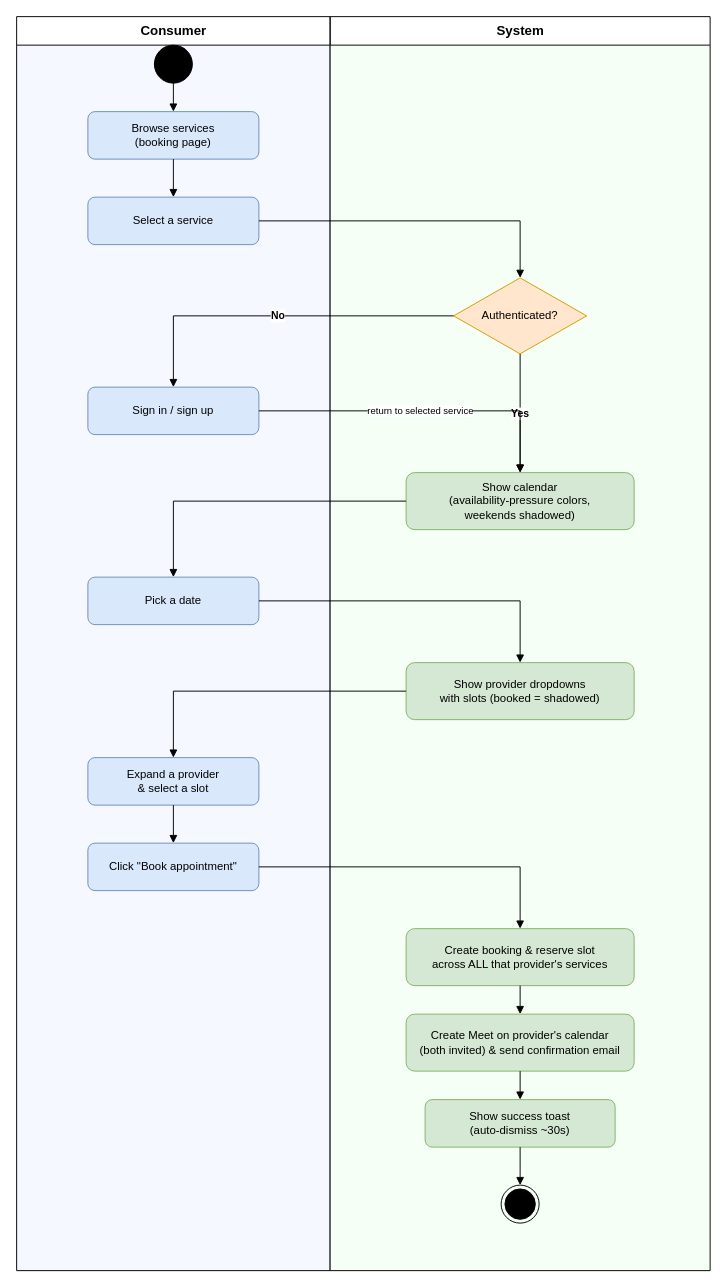
Above: diagrams/consumer_booking_activity.drawio in AmmarDw/booking-system (draw.io), before the change. Source tidied: cells renumbered, new cells numbered last; positions are measured from the earlier drawing's top-left corner, leaving out a move shared by most shapes. Both pictures are drawn from the tidied source at 95%, with x=0, y=0 at pixel (16, 16).
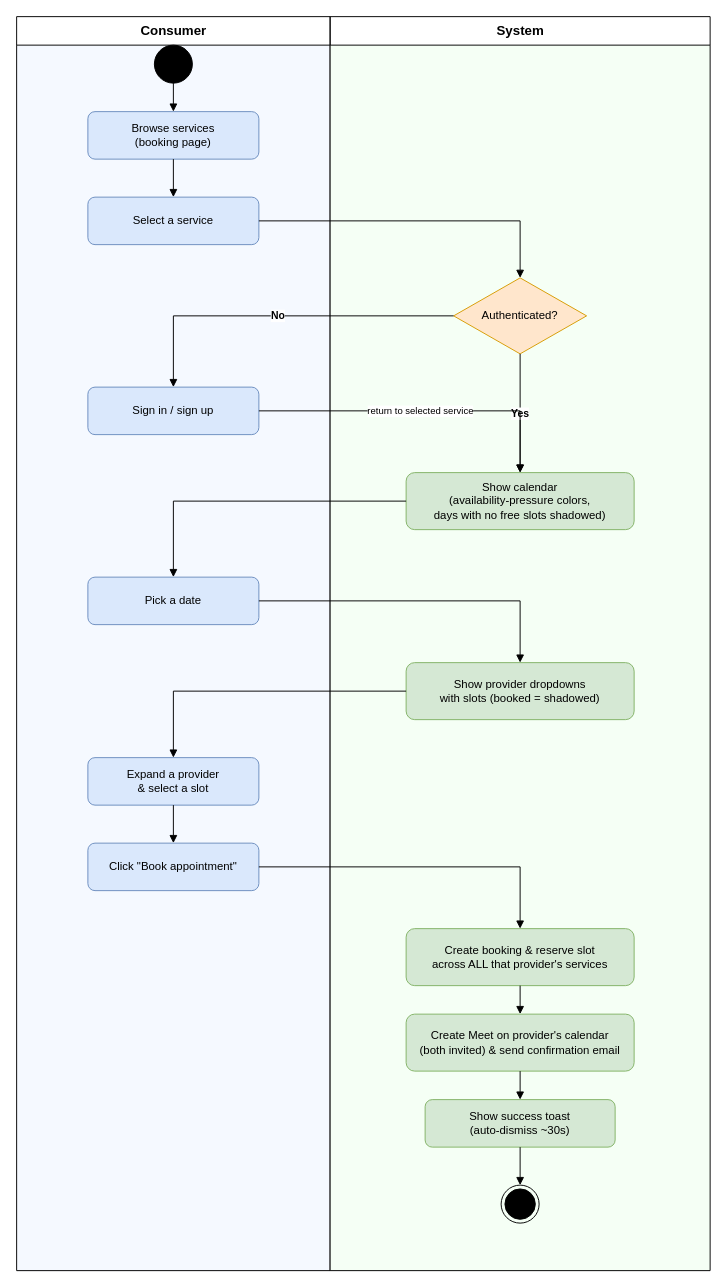
Above is the later version.

What changed in the source:
```diff
@@
-    <mxCell id="9" value="Show calendar&#10;(availability-pressure colors,&#10;weekends shadowed)" style="rounded=1;whiteSpace=wrap;html=1;fillColor=#d5e8d4;strokeColor=#82b366;" parent="1" vertex="1">
+    <mxCell id="9" value="Show calendar&#10;(availability-pressure colors,&#10;days with no free slots shadowed)" style="rounded=1;whiteSpace=wrap;html=1;fillColor=#d5e8d4;strokeColor=#82b366;" parent="1" vertex="1">
       <mxGeometry x="410" y="480" width="240" height="60" as="geometry" />
     </mxCell>
```
